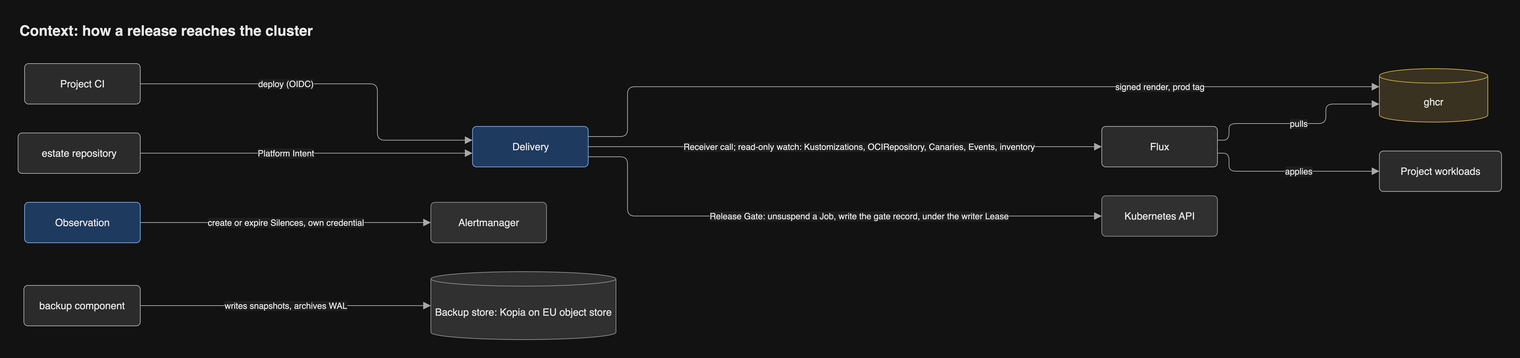
Above: docs/diagrams/png/context.png in JorisJonkers-dev/estate-kit (draw.io), before the change. Source tidied: cells renumbered, new cells last; positions are measured from the earlier drawing's top-left corner, leaving out a move shared by most shapes.
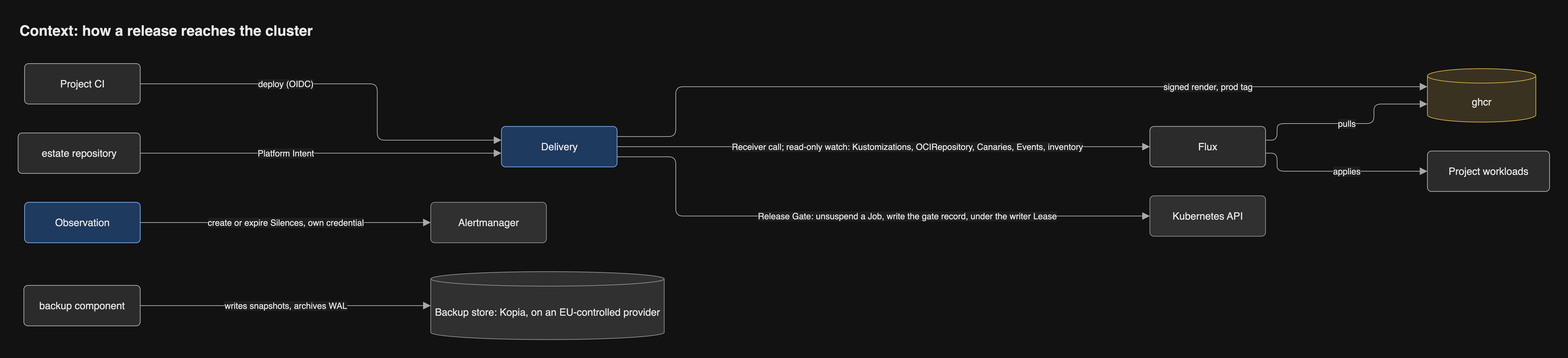
After the change.

Change to the diagram source:
```diff
@@ -9,19 +9,19 @@
       <mxGeometry y="160" width="169" height="56" as="geometry" />
     </mxCell>
     <mxCell id="4" value="Delivery" style="rounded=1;arcSize=10;html=1;whiteSpace=wrap;fontSize=14;fontColor=light-dark(#1a1a1a,#e8e8e8);fillColor=light-dark(#dae8fc,#1f3a5f);strokeColor=light-dark(#6c8ebf,#7aa7e0);fontFamily=Helvetica;" parent="1" vertex="1">
-      <mxGeometry x="628.6" y="151" width="160" height="56" as="geometry" />
+      <mxGeometry x="668.8" y="151" width="160" height="56" as="geometry" />
     </mxCell>
     <mxCell id="5" value="ghcr" style="shape=cylinder3;size=10;boundedLbl=1;backgroundOutline=1;html=1;whiteSpace=wrap;fontSize=14;fontColor=light-dark(#1a1a1a,#e8e8e8);fillColor=light-dark(#fff2cc,#3a3220);strokeColor=light-dark(#d6b656,#c9a74a);fontFamily=Helvetica;" parent="1" vertex="1">
-      <mxGeometry x="1883" y="71" width="150" height="74" as="geometry" />
+      <mxGeometry x="1950" y="71" width="150" height="74" as="geometry" />
     </mxCell>
     <mxCell id="6" value="Flux" style="rounded=1;arcSize=10;html=1;whiteSpace=wrap;fontSize=14;fontColor=light-dark(#1a1a1a,#e8e8e8);fillColor=light-dark(#f5f5f5,#2b2b2b);strokeColor=light-dark(#666666,#a8a8a8);fontFamily=Helvetica;" parent="1" vertex="1">
-      <mxGeometry x="1499" y="151" width="160" height="56" as="geometry" />
+      <mxGeometry x="1566" y="151" width="160" height="56" as="geometry" />
     </mxCell>
     <mxCell id="7" value="Project workloads" style="rounded=1;arcSize=10;html=1;whiteSpace=wrap;fontSize=14;fontColor=light-dark(#1a1a1a,#e8e8e8);fillColor=light-dark(#f5f5f5,#2b2b2b);strokeColor=light-dark(#666666,#a8a8a8);fontFamily=Helvetica;" parent="1" vertex="1">
-      <mxGeometry x="1883" y="185" width="169" height="56" as="geometry" />
+      <mxGeometry x="1950" y="185" width="169" height="56" as="geometry" />
     </mxCell>
     <mxCell id="8" value="Kubernetes API" style="rounded=1;arcSize=10;html=1;whiteSpace=wrap;fontSize=14;fontColor=light-dark(#1a1a1a,#e8e8e8);fillColor=light-dark(#eeeeee,#303030);strokeColor=light-dark(#999999,#8a8a8a);fontFamily=Helvetica;" parent="1" vertex="1">
-      <mxGeometry x="1499" y="247" width="160" height="56" as="geometry" />
+      <mxGeometry x="1566" y="247" width="160" height="56" as="geometry" />
     </mxCell>
     <mxCell id="9" value="Observation" style="rounded=1;arcSize=10;html=1;whiteSpace=wrap;fontSize=14;fontColor=light-dark(#1a1a1a,#e8e8e8);fillColor=light-dark(#dae8fc,#1f3a5f);strokeColor=light-dark(#6c8ebf,#7aa7e0);fontFamily=Helvetica;" parent="1" vertex="1">
       <mxGeometry x="9" y="256" width="160" height="56" as="geometry" />
@@ -29,8 +29,8 @@
     <mxCell id="10" value="Alertmanager" style="rounded=1;arcSize=10;html=1;whiteSpace=wrap;fontSize=14;fontColor=light-dark(#1a1a1a,#e8e8e8);fillColor=light-dark(#eeeeee,#303030);strokeColor=light-dark(#999999,#8a8a8a);fontFamily=Helvetica;" parent="1" vertex="1">
       <mxGeometry x="571" y="256" width="160" height="56" as="geometry" />
     </mxCell>
-    <mxCell id="11" value="Backup store: Kopia on EU object store" style="shape=cylinder3;size=10;boundedLbl=1;backgroundOutline=1;html=1;whiteSpace=wrap;fontSize=14;fontColor=light-dark(#1a1a1a,#e8e8e8);fillColor=light-dark(#eeeeee,#303030);strokeColor=light-dark(#999999,#8a8a8a);fontFamily=Helvetica;" parent="1" vertex="1">
-      <mxGeometry x="571" y="352" width="256" height="94" as="geometry" />
+    <mxCell id="11" value="Backup store: Kopia, on an EU-controlled provider" style="shape=cylinder3;size=10;boundedLbl=1;backgroundOutline=1;html=1;whiteSpace=wrap;fontSize=14;fontColor=light-dark(#1a1a1a,#e8e8e8);fillColor=light-dark(#eeeeee,#303030);strokeColor=light-dark(#999999,#8a8a8a);fontFamily=Helvetica;" parent="1" vertex="1">
+      <mxGeometry x="571" y="352" width="323" height="94" as="geometry" />
     </mxCell>
     <mxCell id="12" value="deploy (OIDC)" style="html=1;rounded=1;fontSize=14;fontSize=12;fontColor=light-dark(#1a1a1a,#e8e8e8);strokeColor=light-dark(#666666,#a8a8a8);endArrow=block;endFill=1;endSize=8;curved=0;exitX=1;exitY=0.5;entryX=0;entryY=0.3393;edgeStyle=orthogonalEdgeStyle;fontFamily=Helvetica;labelBackgroundColor=light-dark(#ffffff,#1e1e1e);" parent="1" edge="1" source="2" target="4">
       <mxGeometry relative="1" as="geometry">
@@ -38,34 +38,34 @@
           <mxPoint x="497" y="92" />
           <mxPoint x="497" y="170" />
         </Array>
-        <mxPoint x="-67.8" as="offset" />
+        <mxPoint x="-87.9" as="offset" />
       </mxGeometry>
     </mxCell>
     <mxCell id="13" value="Platform Intent" style="html=1;rounded=1;fontSize=14;fontSize=12;fontColor=light-dark(#1a1a1a,#e8e8e8);strokeColor=light-dark(#666666,#a8a8a8);endArrow=block;endFill=1;endSize=8;curved=0;exitX=1;exitY=0.5;entryX=0;entryY=0.6607;edgeStyle=orthogonalEdgeStyle;fontFamily=Helvetica;labelBackgroundColor=light-dark(#ffffff,#1e1e1e);" parent="1" edge="1" source="3" target="4">
       <mxGeometry relative="1" as="geometry">
         <Array as="points">
-          <mxPoint x="398.8" y="188" />
+          <mxPoint x="418.9" y="188" />
         </Array>
-        <mxPoint x="-28.8" as="offset" />
+        <mxPoint x="-48.9" as="offset" />
       </mxGeometry>
     </mxCell>
     <mxCell id="14" value="signed render, prod tag" style="html=1;rounded=1;fontSize=14;fontSize=12;fontColor=light-dark(#1a1a1a,#e8e8e8);strokeColor=light-dark(#666666,#a8a8a8);endArrow=block;endFill=1;endSize=8;curved=0;exitX=1;exitY=0.25;entryX=0;entryY=0.3378;edgeStyle=orthogonalEdgeStyle;fontFamily=Helvetica;labelBackgroundColor=light-dark(#ffffff,#1e1e1e);" parent="1" edge="1" source="4" target="5">
       <mxGeometry relative="1" as="geometry">
         <Array as="points">
-          <mxPoint x="843" y="165" />
-          <mxPoint x="843" y="96" />
-          <mxPoint x="1771" y="96" />
+          <mxPoint x="910" y="165" />
+          <mxPoint x="910" y="96" />
+          <mxPoint x="1838" y="96" />
         </Array>
-        <mxPoint x="277.7" as="offset" />
+        <mxPoint x="291.1" as="offset" />
       </mxGeometry>
     </mxCell>
     <mxCell id="15" value="pulls" style="html=1;rounded=1;fontSize=14;fontSize=12;fontColor=light-dark(#1a1a1a,#e8e8e8);strokeColor=light-dark(#666666,#a8a8a8);endArrow=block;endFill=1;endSize=8;curved=0;exitX=1;exitY=0.3393;entryX=0;entryY=0.6622;edgeStyle=orthogonalEdgeStyle;fontFamily=Helvetica;labelBackgroundColor=light-dark(#ffffff,#1e1e1e);" parent="1" edge="1" source="6" target="5">
       <mxGeometry relative="1" as="geometry">
         <Array as="points">
-          <mxPoint x="1675" y="170" />
-          <mxPoint x="1675" y="147" />
-          <mxPoint x="1809" y="147" />
-          <mxPoint x="1809" y="120" />
+          <mxPoint x="1742" y="170" />
+          <mxPoint x="1742" y="147" />
+          <mxPoint x="1876" y="147" />
+          <mxPoint x="1876" y="120" />
         </Array>
         <mxPoint x="-2" as="offset" />
       </mxGeometry>
@@ -73,8 +73,8 @@
     <mxCell id="16" value="applies" style="html=1;rounded=1;fontSize=14;fontSize=12;fontColor=light-dark(#1a1a1a,#e8e8e8);strokeColor=light-dark(#666666,#a8a8a8);endArrow=block;endFill=1;endSize=8;curved=0;exitX=1;exitY=0.6607;entryX=0;entryY=0.5;edgeStyle=orthogonalEdgeStyle;fontFamily=Helvetica;labelBackgroundColor=light-dark(#ffffff,#1e1e1e);" parent="1" edge="1" source="6" target="7">
       <mxGeometry relative="1" as="geometry">
         <Array as="points">
-          <mxPoint x="1675" y="188" />
-          <mxPoint x="1675" y="213" />
+          <mxPoint x="1742" y="188" />
+          <mxPoint x="1742" y="213" />
         </Array>
         <mxPoint x="12.5" as="offset" />
       </mxGeometry>
@@ -82,10 +82,10 @@
     <mxCell id="17" value="Release Gate: unsuspend a Job, write the gate record, under the writer Lease" style="html=1;rounded=1;fontSize=14;fontSize=12;fontColor=light-dark(#1a1a1a,#e8e8e8);strokeColor=light-dark(#666666,#a8a8a8);endArrow=block;endFill=1;endSize=8;curved=0;exitX=1;exitY=0.75;entryX=0;entryY=0.5;edgeStyle=orthogonalEdgeStyle;fontFamily=Helvetica;labelBackgroundColor=light-dark(#ffffff,#1e1e1e);" parent="1" edge="1" source="4" target="8">
       <mxGeometry relative="1" as="geometry">
         <Array as="points">
-          <mxPoint x="843" y="193" />
-          <mxPoint x="843" y="275" />
+          <mxPoint x="910" y="193" />
+          <mxPoint x="910" y="275" />
         </Array>
-        <mxPoint x="60.2" as="offset" />
+        <mxPoint x="73.6" as="offset" />
       </mxGeometry>
     </mxCell>
     <mxCell id="18" value="create or expire Silences, own credential" style="html=1;rounded=1;fontSize=14;fontSize=12;fontColor=light-dark(#1a1a1a,#e8e8e8);strokeColor=light-dark(#666666,#a8a8a8);endArrow=block;endFill=1;endSize=8;curved=0;exitX=1;exitY=0.5;entryX=0;entryY=0.5;edgeStyle=orthogonalEdgeStyle;fontFamily=Helvetica;labelBackgroundColor=light-dark(#ffffff,#1e1e1e);" parent="1" edge="1" source="9" target="10">
@@ -98,9 +98,9 @@
     <mxCell id="19" value="Receiver call; read-only watch: Kustomizations, OCIRepository, Canaries, Events, inventory" style="html=1;rounded=1;fontSize=14;fontSize=12;fontColor=light-dark(#1a1a1a,#e8e8e8);strokeColor=light-dark(#666666,#a8a8a8);endArrow=block;endFill=1;endSize=8;curved=0;exitX=1;exitY=0.5;entryX=0;entryY=0.5;edgeStyle=orthogonalEdgeStyle;fontFamily=Helvetica;labelBackgroundColor=light-dark(#ffffff,#1e1e1e);" parent="1" edge="1" source="4" target="6">
       <mxGeometry relative="1" as="geometry">
         <Array as="points">
-          <mxPoint x="1143.8" y="179" />
+          <mxPoint x="1197.4" y="179" />
         </Array>
-        <mxPoint x="19.2" as="offset" />
+        <mxPoint x="32.6" as="offset" />
       </mxGeometry>
     </mxCell>
     <mxCell id="20" value="backup component" style="rounded=1;arcSize=10;html=1;whiteSpace=wrap;fontSize=14;fontColor=light-dark(#1a1a1a,#e8e8e8);fillColor=light-dark(#f5f5f5,#2b2b2b);strokeColor=light-dark(#666666,#a8a8a8);fontFamily=Helvetica;" parent="1" vertex="1">
@@ -114,7 +114,7 @@
       </mxGeometry>
     </mxCell>
     <mxCell id="22" value="Context: how a release reaches the cluster" style="text;html=1;whiteSpace=wrap;align=left;verticalAlign=middle;fontSize=20;fontStyle=1;fontColor=light-dark(#1a1a1a,#e8e8e8);fontFamily=Helvetica;" parent="1" vertex="1">
-      <mxGeometry width="2052" height="36" as="geometry" />
+      <mxGeometry width="2119" height="36" as="geometry" />
     </mxCell>
   </root>
 </mxGraphModel>
```
